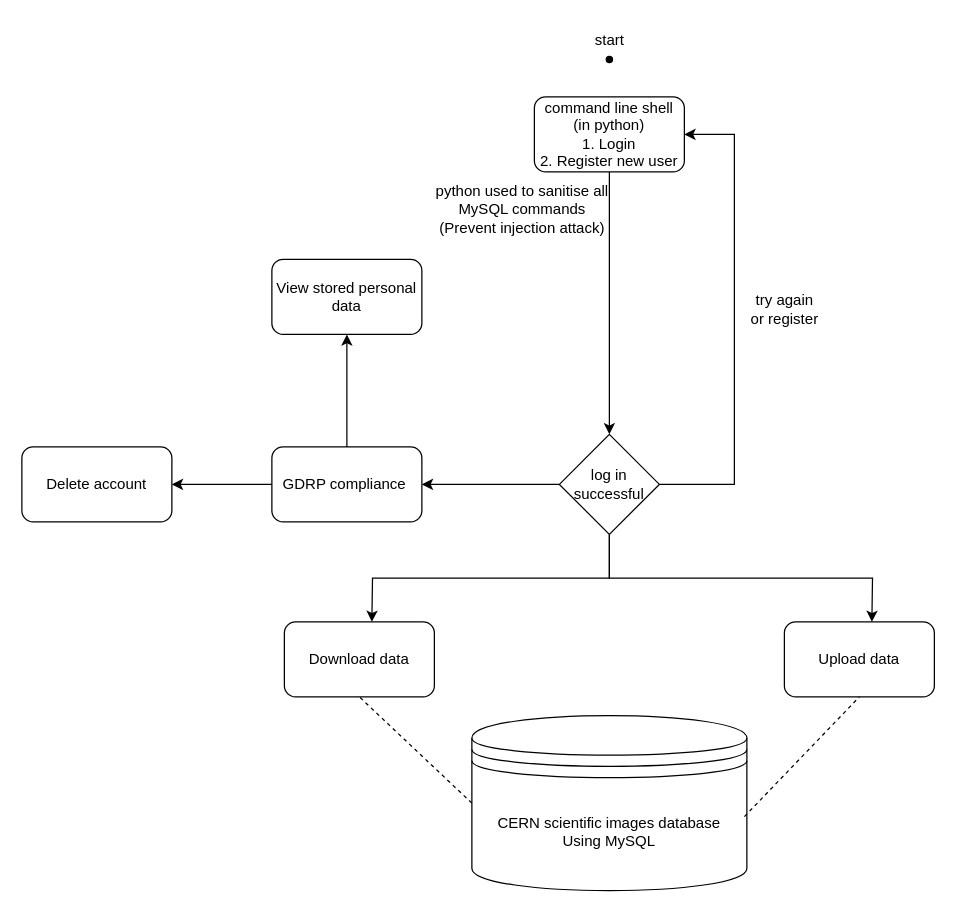
Above: CERN app.drawio in Richard-A-llen/Python (draw.io), before the change. Source tidied: cells renumbered, new cells numbered last; positions are measured from the earlier drawing's top-left corner, leaving out a move shared by most shapes. Both pictures are drawn from the tidied source at 125%, with x=0, y=0 at pixel (21, 21).
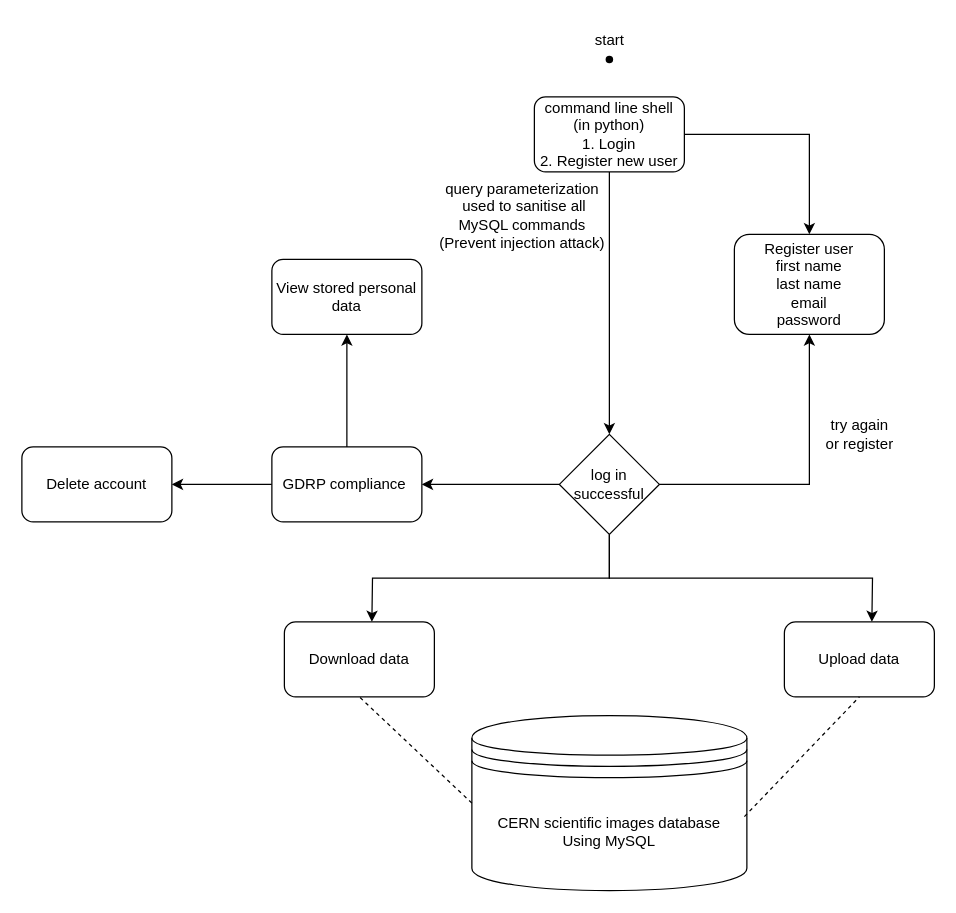
Above is the later version.

The change refers to these unchanged cells:
```xml
<mxCell id="3" value="command line shell (in python)&lt;br&gt;1. Login&lt;br&gt;2. Register new user" style="rounded=1;whiteSpace=wrap;html=1;" parent="1" vertex="1">
  <mxGeometry x="410" y="60" width="120" height="60" as="geometry" />
</mxCell>
<mxCell id="8" value="log in successful" style="rhombus;whiteSpace=wrap;html=1;" parent="1" vertex="1">
  <mxGeometry x="430" y="330" width="80" height="80" as="geometry" />
</mxCell>
```

The edit, as a diff of the source:
```diff
@@
+    <mxCell id="23" style="edgeStyle=orthogonalEdgeStyle;rounded=0;jettySize=auto;html=1;exitX=1;exitY=0.5;exitDx=0;exitDy=0;entryX=0.5;entryY=0;entryDx=0;entryDy=0;" parent="1" edge="1" source="3" target="25">
+      <mxGeometry relative="1" as="geometry" />
+    </mxCell>
@@
-    <mxCell id="4" style="edgeStyle=orthogonalEdgeStyle;rounded=0;jettySize=auto;html=1;exitX=1;exitY=0.5;exitDx=0;exitDy=0;entryX=1;entryY=0.5;entryDx=0;entryDy=0;" parent="1" edge="1" source="8" target="3">
-      <mxGeometry relative="1" as="geometry">
-        <Array as="points">
-          <mxPoint x="570" y="370" />
-          <mxPoint x="570" y="90" />
-        </Array>
-      </mxGeometry>
-    </mxCell>
@@
+    <mxCell id="24" style="edgeStyle=orthogonalEdgeStyle;rounded=0;jettySize=auto;html=1;exitX=1;exitY=0.5;exitDx=0;exitDy=0;entryX=0.5;entryY=1;entryDx=0;entryDy=0;" parent="1" edge="1" source="8" target="25">
+      <mxGeometry relative="1" as="geometry" />
+    </mxCell>
@@
     <mxCell id="9" value="try again&lt;br&gt;or register" style="text;html=1;align=center;verticalAlign=middle;strokeColor=none;fillColor=none;" parent="1" vertex="1">
-      <mxGeometry x="570" y="210" width="80" height="40" as="geometry" />
+      <mxGeometry x="630" y="310" width="80" height="40" as="geometry" />
     </mxCell>
@@
-    <mxCell id="22" value="python used to sanitise all &lt;br&gt;MySQL commands&lt;br&gt;(Prevent injection attack)" style="text;html=1;align=center;verticalAlign=middle;strokeColor=none;fillColor=none;" parent="1" vertex="1">
-      <mxGeometry x="320" y="120" width="160" height="60" as="geometry" />
+    <mxCell id="22" value="query parameterization&lt;br&gt;&amp;nbsp;used to sanitise all &lt;br&gt;MySQL commands&lt;br&gt;(Prevent injection attack)" style="text;html=1;align=center;verticalAlign=middle;strokeColor=none;fillColor=none;" parent="1" vertex="1">
+      <mxGeometry x="320" y="120" width="160" height="70" as="geometry" />
     </mxCell>
+    <mxCell id="25" value="Register user&lt;br&gt;first name&lt;br&gt;last name&lt;br&gt;email&lt;br&gt;password" style="rounded=1;whiteSpace=wrap;html=1;" parent="1" vertex="1">
+      <mxGeometry x="570" y="170" width="120" height="80" as="geometry" />
+    </mxCell>
```
